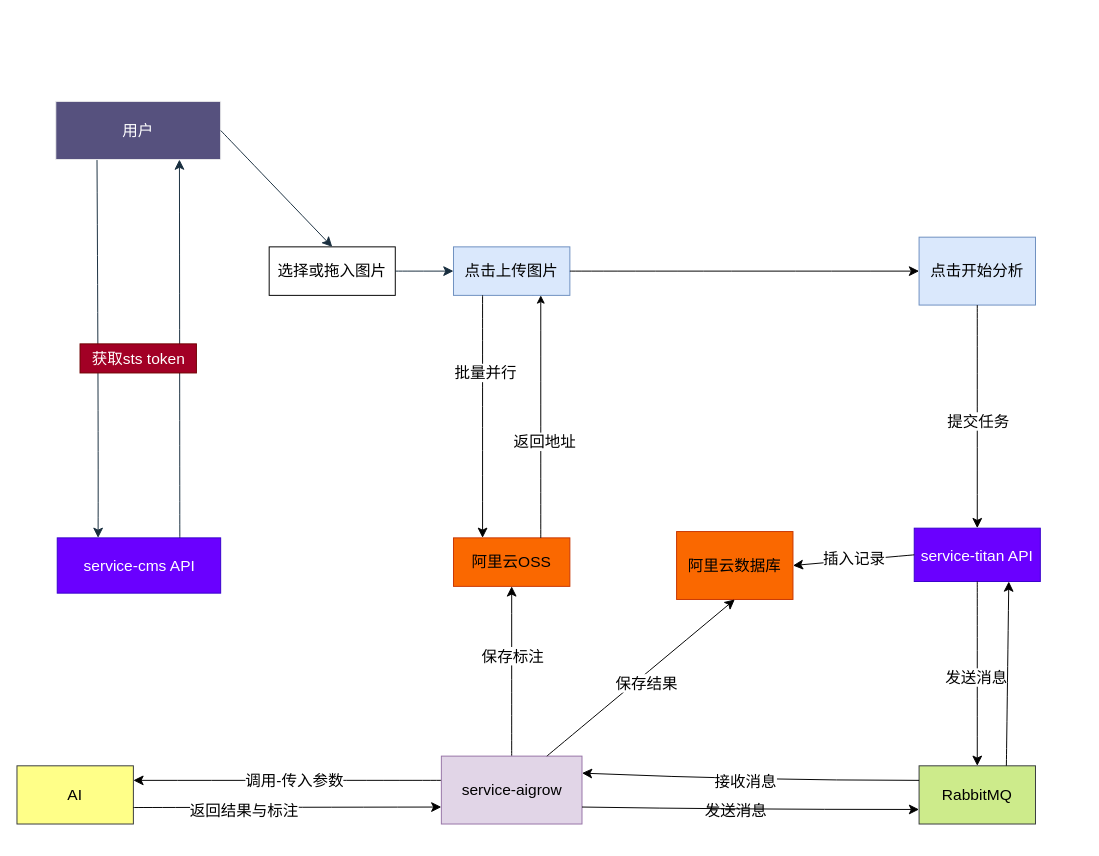
This is 未命名绘图.drawio from deepberry/.draw, a draw.io file, before an edit. Source tidied: cells renumbered, new cells numbered last; positions are measured from the earlier drawing's top-left corner, leaving out a move shared by most shapes. Both pictures are drawn from the tidied source at 97%, with x=0, y=0 at pixel (16, 101).
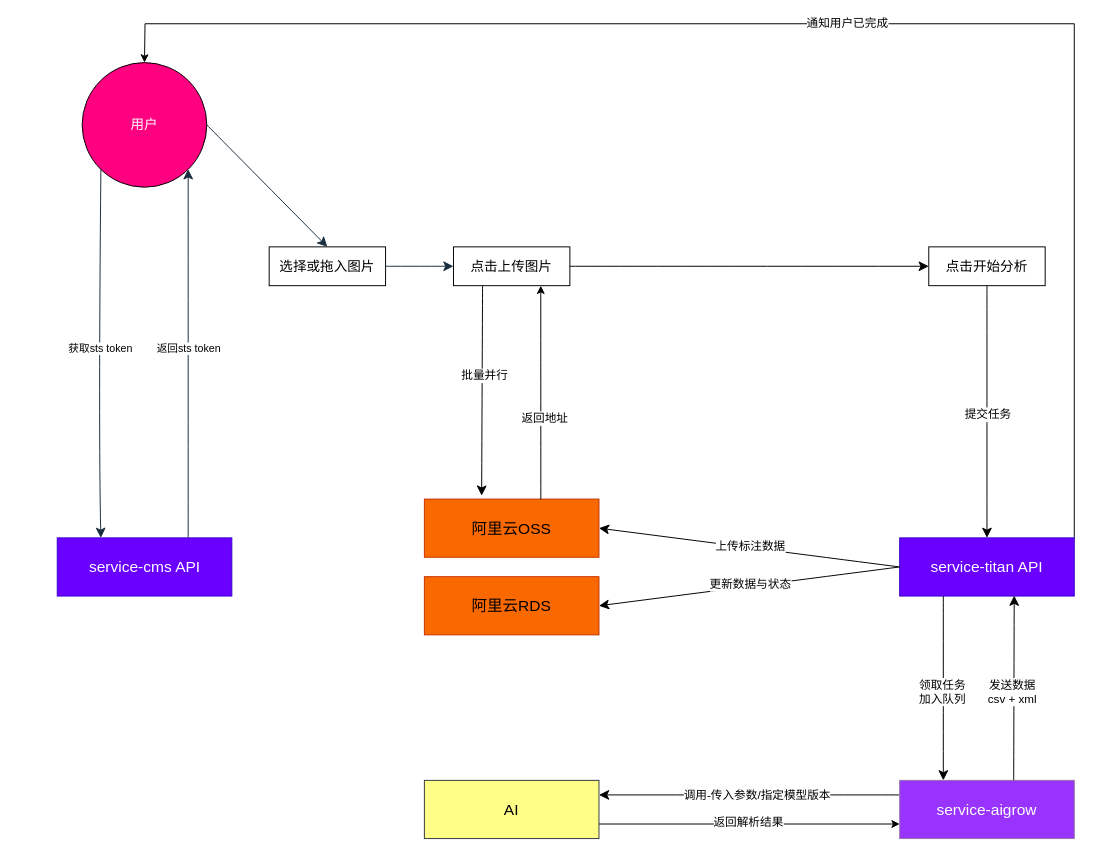
The same diagram, later.

Unchanged cells that the change refers to:
```xml
<mxCell id="21" style="edgeStyle=none;jettySize=auto;html=1;rounded=0;fontSize=12;startSize=8;endSize=8;curved=1;exitX=0.5;exitY=1;exitDx=0;exitDy=0;entryX=0.5;entryY=0;entryDx=0;entryDy=0;" parent="1" edge="1" source="18" target="20">
  <mxGeometry relative="1" as="geometry" />
</mxCell>
```

What changed in the source:
```diff
@@
-    <mxCell id="2" style="edgeStyle=none;curved=1;rounded=0;jettySize=auto;html=1;fontSize=12;startSize=8;endSize=8;exitX=0.25;exitY=1;exitDx=0;exitDy=0;labelBackgroundColor=none;fontColor=default;entryX=0.25;entryY=0;entryDx=0;entryDy=0;strokeColor=#182E3E;" parent="1" edge="1" source="5" target="3">
+    <mxCell id="2" style="edgeStyle=none;curved=1;rounded=0;jettySize=auto;html=1;fontSize=12;startSize=8;endSize=8;exitX=0.25;exitY=1;exitDx=0;exitDy=0;labelBackgroundColor=none;fontColor=default;entryX=0.25;entryY=0;entryDx=0;entryDy=0;strokeColor=#182E3E;" parent="1" edge="1" target="3">
       <mxGeometry relative="1" as="geometry">
+        <mxPoint x="86.5" y="70" as="sourcePoint" />
         <Array as="points">
           <mxPoint x="84" y="340" />
         </Array>
       </mxGeometry>
     </mxCell>
+    <mxCell id="7" value="获取sts token" style="edgeLabel;html=1;align=center;verticalAlign=middle;fontColor=#000000;" parent="2" vertex="1">
+      <mxGeometry x="-0.03" y="1" relative="1" as="geometry" />
+    </mxCell>
     <mxCell id="3" value="service-cms API" style="whiteSpace=wrap;html=1;fontSize=16;labelBackgroundColor=none;rounded=0;fillColor=#6a00ff;strokeColor=#3700CC;fontColor=#ffffff;" parent="1" vertex="1">
-      <mxGeometry x="41.5" y="450" width="168.5" height="57" as="geometry" />
+      <mxGeometry x="41.5" y="450" width="180" height="60" as="geometry" />
     </mxCell>
-    <mxCell id="4" style="edgeStyle=none;curved=1;rounded=0;jettySize=auto;html=1;fontSize=12;startSize=8;endSize=8;labelBackgroundColor=none;fontColor=default;strokeColor=#182E3E;" parent="1" edge="1" source="5">
-      <mxGeometry relative="1" as="geometry">
-        <mxPoint x="210" y="50" as="targetPoint" />
-      </mxGeometry>
-    </mxCell>
-    <mxCell id="5" value="用户" style="whiteSpace=wrap;html=1;fontSize=16;labelBackgroundColor=none;rounded=0;fillColor=#56517E;strokeColor=#EEEEEE;fontColor=#FFFFFF;" parent="1" vertex="1">
-      <mxGeometry x="40" width="170" height="60" as="geometry" />
-    </mxCell>
-    <mxCell id="6" style="edgeStyle=none;jettySize=auto;html=1;rounded=0;fontSize=12;startSize=8;endSize=8;curved=1;exitX=0.75;exitY=0;exitDx=0;exitDy=0;entryX=0.75;entryY=1;entryDx=0;entryDy=0;labelBackgroundColor=none;fontColor=default;strokeColor=#182E3E;" parent="1" edge="1" source="3" target="5">
-      <mxGeometry relative="1" as="geometry" />
+    <mxCell id="6" style="edgeStyle=none;jettySize=auto;html=1;rounded=0;fontSize=12;startSize=8;endSize=8;curved=1;exitX=0.75;exitY=0;exitDx=0;exitDy=0;entryX=0.75;entryY=1;entryDx=0;entryDy=0;labelBackgroundColor=none;fontColor=default;strokeColor=#182E3E;" parent="1" edge="1" source="3">
+      <mxGeometry relative="1" as="geometry">
+        <mxPoint x="176.5" y="70" as="targetPoint" />
+      </mxGeometry>
     </mxCell>
-    <mxCell id="7" value="获取sts token" style="text;html=1;align=center;verticalAlign=middle;fontSize=16;rounded=0;labelBackgroundColor=none;fillColor=#a20025;strokeColor=#6F0000;fontColor=#ffffff;" parent="1" vertex="1">
-      <mxGeometry x="65" y="250" width="120" height="30" as="geometry" />
-    </mxCell>
+    <mxCell id="45" value="返回sts token" style="edgeLabel;html=1;align=center;verticalAlign=middle;fontColor=#000000;" parent="6" vertex="1">
+      <mxGeometry x="0.03" relative="1" as="geometry" />
+    </mxCell>
-    <mxCell id="8" value="选择或拖入图片" style="whiteSpace=wrap;html=1;fontSize=16;rounded=0;labelBackgroundColor=none;" parent="1" vertex="1">
-      <mxGeometry x="260" y="150" width="130" height="50" as="geometry" />
+    <mxCell id="8" value="选择或拖入图片" style="whiteSpace=wrap;html=1;fontSize=14;rounded=0;labelBackgroundColor=none;" parent="1" vertex="1">
+      <mxGeometry x="260" y="150" width="120" height="40" as="geometry" />
     </mxCell>
@@
-    <mxCell id="10" style="edgeStyle=none;jettySize=auto;html=1;rounded=0;fontSize=12;startSize=8;endSize=8;curved=1;exitX=1;exitY=0.5;exitDx=0;exitDy=0;labelBackgroundColor=none;fontColor=default;strokeColor=#182E3E;" parent="1" edge="1" source="12">
-      <mxGeometry relative="1" as="geometry">
-        <mxPoint x="530" y="200" as="targetPoint" />
-      </mxGeometry>
-    </mxCell>
@@
-    <mxCell id="12" value="点击上传图片" style="whiteSpace=wrap;html=1;fontSize=16;rounded=0;labelBackgroundColor=none;fillColor=#dae8fc;strokeColor=#6c8ebf;" parent="1" vertex="1">
-      <mxGeometry x="450" y="150" width="120" height="50" as="geometry" />
+    <mxCell id="12" value="点击上传图片" style="whiteSpace=wrap;html=1;fontSize=14;rounded=0;labelBackgroundColor=none;" parent="1" vertex="1">
+      <mxGeometry x="450" y="150" width="120" height="40" as="geometry" />
     </mxCell>
     <mxCell id="13" value="阿里云OSS" style="whiteSpace=wrap;html=1;rounded=0;fontSize=16;labelBackgroundColor=none;fillColor=#fa6800;strokeColor=#C73500;fontColor=#000000;" parent="1" vertex="1">
-      <mxGeometry x="450" y="450" width="120" height="50" as="geometry" />
+      <mxGeometry x="420" y="410" width="180" height="60" as="geometry" />
     </mxCell>
-    <mxCell id="14" style="edgeStyle=none;jettySize=auto;html=1;rounded=0;fontSize=12;startSize=8;endSize=8;curved=1;entryX=0.25;entryY=0;entryDx=0;entryDy=0;exitX=0.25;exitY=1;exitDx=0;exitDy=0;exitPerimeter=0;" parent="1" edge="1" source="12" target="13">
+    <mxCell id="14" style="edgeStyle=none;jettySize=auto;html=1;rounded=0;fontSize=12;startSize=8;endSize=8;curved=1;entryX=0.328;entryY=-0.058;entryDx=0;entryDy=0;exitX=0.25;exitY=1;exitDx=0;exitDy=0;exitPerimeter=0;entryPerimeter=0;" parent="1" edge="1" source="12" target="13">
       <mxGeometry relative="1" as="geometry" />
     </mxCell>
-    <mxCell id="15" value="批量并行" style="edgeLabel;html=1;align=center;verticalAlign=middle;fontSize=16;" parent="14" vertex="1">
+    <mxCell id="15" value="批量并行" style="edgeLabel;html=1;align=center;verticalAlign=middle;fontSize=12;" parent="14" vertex="1">
       <mxGeometry x="-0.11" y="2" relative="1" as="geometry">
-        <mxPoint y="-32" as="offset" />
+        <mxPoint y="-4" as="offset" />
       </mxGeometry>
     </mxCell>
-    <mxCell id="16" style="edgeStyle=none;jettySize=auto;html=1;rounded=0;fontSize=12;curved=1;exitX=0.75;exitY=0;exitDx=0;exitDy=0;entryX=0.75;entryY=1;entryDx=0;entryDy=0;" parent="1" edge="1" source="13" target="12">
+    <mxCell id="16" style="edgeStyle=none;jettySize=auto;html=1;rounded=0;fontSize=12;curved=1;exitX=0.667;exitY=0.008;exitDx=0;exitDy=0;entryX=0.75;entryY=1;entryDx=0;entryDy=0;exitPerimeter=0;" parent="1" edge="1" source="13" target="12">
       <mxGeometry relative="1" as="geometry" />
     </mxCell>
-    <mxCell id="17" value="返回地址" style="edgeLabel;html=1;align=center;verticalAlign=middle;fontSize=16;" parent="16" vertex="1">
+    <mxCell id="17" value="返回地址" style="edgeLabel;html=1;align=center;verticalAlign=middle;fontSize=12;" parent="16" vertex="1">
       <mxGeometry x="0.07" y="-3" relative="1" as="geometry">
         <mxPoint y="34" as="offset" />
       </mxGeometry>
     </mxCell>
-    <mxCell id="18" value="点击开始分析" style="whiteSpace=wrap;html=1;fontSize=16;fillColor=#dae8fc;strokeColor=#6c8ebf;" parent="1" vertex="1">
-      <mxGeometry x="930" y="140" width="120" height="70" as="geometry" />
+    <mxCell id="18" value="点击开始分析" style="whiteSpace=wrap;html=1;fontSize=14;" parent="1" vertex="1">
+      <mxGeometry x="940" y="150" width="120" height="40" as="geometry" />
     </mxCell>
@@
+    <mxCell id="46" value="通知用户已完成" style="edgeStyle=orthogonalEdgeStyle;rounded=0;jettySize=auto;html=1;exitX=1;exitY=0;exitDx=0;exitDy=0;fontSize=12;fontColor=#000000;" parent="1" edge="1" source="20" target="5">
+      <mxGeometry relative="1" as="geometry">
+        <Array as="points">
+          <mxPoint x="1090" y="-80" />
+          <mxPoint x="132" y="-80" />
+        </Array>
+      </mxGeometry>
+    </mxCell>
     <mxCell id="20" value="service-titan API" style="whiteSpace=wrap;html=1;fontSize=16;fillColor=#6a00ff;strokeColor=#3700CC;fontColor=#ffffff;" parent="1" vertex="1">
-      <mxGeometry x="925" y="440" width="130" height="55" as="geometry" />
+      <mxGeometry x="910" y="450" width="180" height="60" as="geometry" />
     </mxCell>
@@
-    <mxCell id="22" value="提交任务" style="edgeLabel;html=1;align=center;verticalAlign=middle;fontSize=16;" parent="21" vertex="1">
+    <mxCell id="22" value="提交任务" style="edgeLabel;html=1;align=center;verticalAlign=middle;fontSize=12;" parent="21" vertex="1">
       <mxGeometry x="-0.18" y="12" relative="1" as="geometry">
         <mxPoint x="-12" y="25" as="offset" />
       </mxGeometry>
     </mxCell>
-    <mxCell id="23" value="阿里云数据库" style="whiteSpace=wrap;html=1;fontSize=16;fillColor=#fa6800;strokeColor=#C73500;fontColor=#000000;" parent="1" vertex="1">
-      <mxGeometry x="680" y="443.5" width="120" height="70" as="geometry" />
+    <mxCell id="23" value="阿里云RDS" style="whiteSpace=wrap;html=1;fontSize=16;fillColor=#fa6800;strokeColor=#C73500;fontColor=#000000;" parent="1" vertex="1">
+      <mxGeometry x="420" y="490" width="180" height="60" as="geometry" />
     </mxCell>
-    <mxCell id="24" style="edgeStyle=none;jettySize=auto;html=1;rounded=0;fontSize=12;startSize=8;endSize=8;curved=1;entryX=1;entryY=0.5;entryDx=0;entryDy=0;exitX=0;exitY=0.5;exitDx=0;exitDy=0;" parent="1" edge="1" source="20" target="23">
+    <mxCell id="24" style="edgeStyle=none;jettySize=auto;html=1;rounded=0;fontSize=12;startSize=8;endSize=8;curved=1;entryX=1;entryY=0.5;entryDx=0;entryDy=0;exitX=0;exitY=0.5;exitDx=0;exitDy=0;" parent="1" edge="1" source="20" target="13">
       <mxGeometry relative="1" as="geometry" />
     </mxCell>
-    <mxCell id="25" value="插入记录" style="edgeLabel;html=1;align=center;verticalAlign=middle;fontSize=16;" parent="24" vertex="1">
+    <mxCell id="25" value="上传标注数据" style="edgeLabel;html=1;align=center;verticalAlign=middle;fontSize=12;" parent="24" vertex="1">
       <mxGeometry x="-0.01" y="-2" relative="1" as="geometry">
         <mxPoint x="-1" as="offset" />
       </mxGeometry>
     </mxCell>
-    <mxCell id="26" value="RabbitMQ" style="whiteSpace=wrap;html=1;fontSize=16;fillColor=#cdeb8b;strokeColor=#36393d;" parent="1" vertex="1">
-      <mxGeometry x="930" y="685" width="120" height="60" as="geometry" />
-    </mxCell>
-    <mxCell id="27" style="edgeStyle=none;jettySize=auto;html=1;rounded=0;fontSize=12;startSize=8;endSize=8;curved=1;entryX=0.5;entryY=0;entryDx=0;entryDy=0;exitX=0.5;exitY=1;exitDx=0;exitDy=0;" parent="1" edge="1" source="20" target="26">
+    <mxCell id="27" style="edgeStyle=none;jettySize=auto;html=1;rounded=0;fontSize=12;startSize=8;endSize=8;curved=1;entryX=0.25;entryY=0;entryDx=0;entryDy=0;exitX=0.25;exitY=1;exitDx=0;exitDy=0;" parent="1" edge="1" source="20" target="40">
       <mxGeometry relative="1" as="geometry" />
     </mxCell>
-    <mxCell id="28" value="发送消息" style="edgeLabel;html=1;align=center;verticalAlign=middle;fontSize=16;" parent="27" vertex="1">
+    <mxCell id="28" value="领取任务&lt;br&gt;加入队列" style="edgeLabel;html=1;align=center;verticalAlign=middle;fontSize=12;" parent="27" vertex="1">
       <mxGeometry y="-13" relative="1" as="geometry">
         <mxPoint x="11" y="3" as="offset" />
       </mxGeometry>
     </mxCell>
-    <mxCell id="29" style="edgeStyle=none;jettySize=auto;html=1;rounded=0;fontSize=12;startSize=8;endSize=8;curved=1;entryX=1;entryY=0.25;entryDx=0;entryDy=0;exitX=0;exitY=0.25;exitDx=0;exitDy=0;" parent="1" edge="1" source="26" target="40">
-      <mxGeometry relative="1" as="geometry">
-        <Array as="points">
-          <mxPoint x="760" y="700" />
-        </Array>
-      </mxGeometry>
-    </mxCell>
-    <mxCell id="30" value="接收消息" style="edgeLabel;html=1;align=center;verticalAlign=middle;fontSize=16;" parent="29" vertex="1">
-      <mxGeometry x="0.1" y="-1" relative="1" as="geometry">
-        <mxPoint x="11" y="2" as="offset" />
-      </mxGeometry>
-    </mxCell>
-    <mxCell id="31" value="发送消息" style="edgeLabel;html=1;align=center;verticalAlign=middle;fontSize=16;" parent="29" vertex="1">
-      <mxGeometry x="-0.17" y="2" relative="1" as="geometry">
-        <mxPoint x="-46" y="28" as="offset" />
-      </mxGeometry>
-    </mxCell>
+    <mxCell id="47" style="edgeStyle=orthogonalEdgeStyle;rounded=0;jettySize=auto;html=1;exitX=1;exitY=0.75;exitDx=0;exitDy=0;entryX=0;entryY=0.75;entryDx=0;entryDy=0;fontSize=14;fontColor=#FFFFFF;" parent="1" edge="1" source="32" target="40">
+      <mxGeometry relative="1" as="geometry" />
+    </mxCell>
+    <mxCell id="48" value="返回解析结果" style="edgeLabel;html=1;align=center;verticalAlign=middle;fontSize=12;fontColor=#000000;" parent="47" vertex="1">
+      <mxGeometry x="-0.01" y="2" relative="1" as="geometry" />
+    </mxCell>
     <mxCell id="32" value="AI" style="whiteSpace=wrap;html=1;fontSize=16;fillColor=#ffff88;strokeColor=#36393d;" parent="1" vertex="1">
-      <mxGeometry y="685" width="120" height="60" as="geometry" />
+      <mxGeometry x="420" y="700" width="180" height="60" as="geometry" />
     </mxCell>
-    <mxCell id="33" style="edgeStyle=none;jettySize=auto;html=1;rounded=0;fontSize=12;startSize=8;endSize=8;curved=1;exitX=0;exitY=0.357;exitDx=0;exitDy=0;exitPerimeter=0;entryX=1;entryY=0.25;entryDx=0;entryDy=0;" parent="1" edge="1" source="40">
-      <mxGeometry relative="1" as="geometry">
-        <mxPoint x="120" y="700" as="targetPoint" />
-      </mxGeometry>
+    <mxCell id="33" style="edgeStyle=none;jettySize=auto;html=1;rounded=0;fontSize=12;startSize=8;endSize=8;curved=1;entryX=1;entryY=0.25;entryDx=0;entryDy=0;exitX=0;exitY=0.25;exitDx=0;exitDy=0;" parent="1" edge="1" source="40" target="32">
+      <mxGeometry relative="1" as="geometry" />
     </mxCell>
-    <mxCell id="34" value="调用-传入参数" style="edgeLabel;html=1;align=center;verticalAlign=middle;fontSize=16;" parent="33" vertex="1">
+    <mxCell id="34" value="调用-传入参数/指定模型版本" style="edgeLabel;html=1;align=center;verticalAlign=middle;fontSize=12;" parent="33" vertex="1">
       <mxGeometry x="0.04" relative="1" as="geometry">
         <mxPoint x="13" as="offset" />
       </mxGeometry>
     </mxCell>
-    <mxCell id="35" style="edgeStyle=none;jettySize=auto;html=1;rounded=0;fontSize=12;startSize=8;endSize=8;curved=1;entryX=0;entryY=0.75;entryDx=0;entryDy=0;" parent="1" edge="1" target="40">
-      <mxGeometry relative="1" as="geometry">
-        <mxPoint x="120" y="728" as="sourcePoint" />
-      </mxGeometry>
-    </mxCell>
-    <mxCell id="36" value="返回结果与标注" style="edgeLabel;html=1;align=center;verticalAlign=middle;fontSize=16;" parent="35" vertex="1">
-      <mxGeometry x="1" y="-10" relative="1" as="geometry">
-        <mxPoint x="-205" y="-7" as="offset" />
-      </mxGeometry>
-    </mxCell>
-    <mxCell id="37" style="edgeStyle=none;jettySize=auto;html=1;rounded=0;fontSize=12;startSize=8;endSize=8;curved=1;exitX=0.5;exitY=0;exitDx=0;exitDy=0;entryX=0.5;entryY=1;entryDx=0;entryDy=0;" parent="1" edge="1" source="40" target="13">
-      <mxGeometry relative="1" as="geometry" />
-    </mxCell>
-    <mxCell id="38" value="保存标注" style="edgeLabel;html=1;align=center;verticalAlign=middle;fontSize=16;" parent="37" vertex="1">
-      <mxGeometry x="-0.1" y="-12" relative="1" as="geometry">
-        <mxPoint x="-12" y="-25" as="offset" />
-      </mxGeometry>
-    </mxCell>
-    <mxCell id="39" style="edgeStyle=none;jettySize=auto;html=1;rounded=0;fontSize=12;startSize=8;endSize=8;curved=1;exitX=0;exitY=0.357;exitDx=0;exitDy=0;exitPerimeter=0;entryX=1;entryY=0.25;entryDx=0;entryDy=0;" parent="1" edge="1" target="40">
-      <mxGeometry relative="1" as="geometry">
-        <mxPoint x="530" y="700" as="sourcePoint" />
-      </mxGeometry>
-    </mxCell>
-    <mxCell id="40" value="service-aigrow" style="whiteSpace=wrap;html=1;fontSize=16;fillColor=#e1d5e7;strokeColor=#9673a6;" parent="1" vertex="1">
-      <mxGeometry x="437.5" y="675" width="145" height="70" as="geometry" />
+    <mxCell id="40" value="service-aigrow" style="whiteSpace=wrap;html=1;fontSize=16;fillColor=#9933FF;strokeColor=#9673a6;fontColor=#FFFFFF;" parent="1" vertex="1">
+      <mxGeometry x="910" y="700" width="180" height="60" as="geometry" />
     </mxCell>
-    <mxCell id="41" style="edgeStyle=none;jettySize=auto;html=1;rounded=0;fontSize=12;startSize=8;endSize=8;curved=1;exitX=0.75;exitY=0;exitDx=0;exitDy=0;entryX=0.5;entryY=1;entryDx=0;entryDy=0;" parent="1" edge="1" source="40" target="23">
-      <mxGeometry relative="1" as="geometry" />
-    </mxCell>
-    <mxCell id="42" value="保存结果" style="edgeLabel;html=1;align=center;verticalAlign=middle;fontSize=16;" parent="41" vertex="1">
-      <mxGeometry x="0.01" y="-7" relative="1" as="geometry" />
-    </mxCell>
-    <mxCell id="43" style="edgeStyle=none;jettySize=auto;html=1;rounded=0;fontSize=12;startSize=8;endSize=8;curved=1;exitX=1;exitY=0.75;exitDx=0;exitDy=0;entryX=0;entryY=0.75;entryDx=0;entryDy=0;" parent="1" edge="1" source="40" target="26">
-      <mxGeometry relative="1" as="geometry">
-        <Array as="points">
-          <mxPoint x="740" y="730" />
-        </Array>
-      </mxGeometry>
-    </mxCell>
-    <mxCell id="44" style="edgeStyle=none;jettySize=auto;html=1;rounded=0;fontSize=12;startSize=8;endSize=8;curved=1;exitX=0.75;exitY=0;exitDx=0;exitDy=0;entryX=0.75;entryY=1;entryDx=0;entryDy=0;" parent="1" edge="1" source="26" target="20">
+    <mxCell id="44" style="edgeStyle=none;jettySize=auto;html=1;rounded=0;fontSize=12;startSize=8;endSize=8;curved=1;exitX=0.653;exitY=0;exitDx=0;exitDy=0;exitPerimeter=0;entryX=0.656;entryY=0.992;entryDx=0;entryDy=0;entryPerimeter=0;" parent="1" edge="1" source="40" target="20">
       <mxGeometry relative="1" as="geometry" />
     </mxCell>
+    <mxCell id="49" value="发送数据&lt;br&gt;csv + xml" style="edgeLabel;html=1;align=center;verticalAlign=middle;fontSize=12;fontColor=#000000;" parent="44" vertex="1">
+      <mxGeometry x="-0.04" y="2" relative="1" as="geometry" />
+    </mxCell>
+    <mxCell id="50" style="edgeStyle=none;jettySize=auto;html=1;rounded=0;fontSize=12;startSize=8;endSize=8;curved=1;entryX=1;entryY=0.5;entryDx=0;entryDy=0;exitX=0;exitY=0.5;exitDx=0;exitDy=0;" parent="1" edge="1" source="20" target="23">
+      <mxGeometry relative="1" as="geometry" />
+    </mxCell>
+    <mxCell id="51" value="更新数据与状态" style="edgeLabel;html=1;align=center;verticalAlign=middle;fontSize=12;" parent="50" vertex="1">
+      <mxGeometry x="-0.01" y="-2" relative="1" as="geometry">
+        <mxPoint x="-1" as="offset" />
+      </mxGeometry>
+    </mxCell>
+    <mxCell id="5" value="用户" style="ellipse;whiteSpace=wrap;html=1;fontSize=14;fontColor=#FFFFFF;fillColor=#FF0080;" parent="1" vertex="1">
+      <mxGeometry x="67.2" y="-40" width="128.5" height="128.5" as="geometry" />
+    </mxCell>
```
